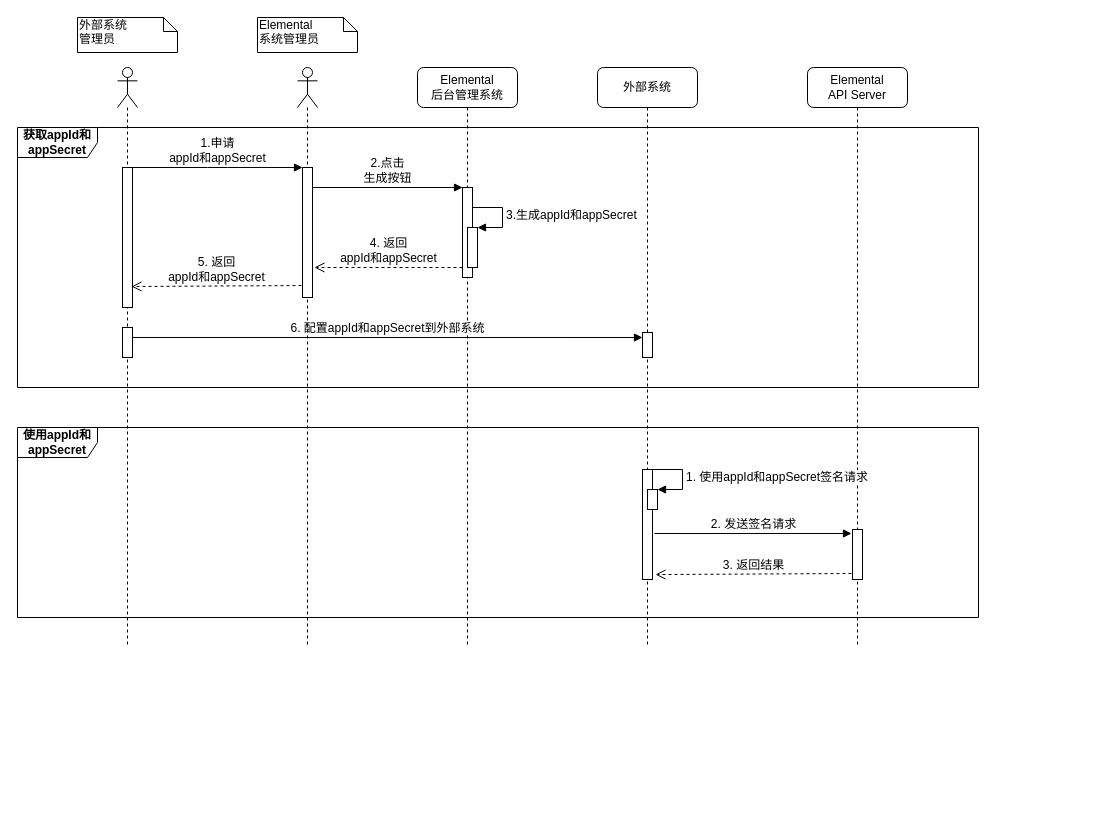
This is signed_request.drawio from deanzz/blog, a draw.io file, before an edit. Source tidied: cells renumbered, new cells numbered last; positions are measured from the earlier drawing's top-left corner, leaving out a move shared by most shapes. Both pictures are drawn from the tidied source at 100%, with x=0, y=0 at pixel (17, 17).
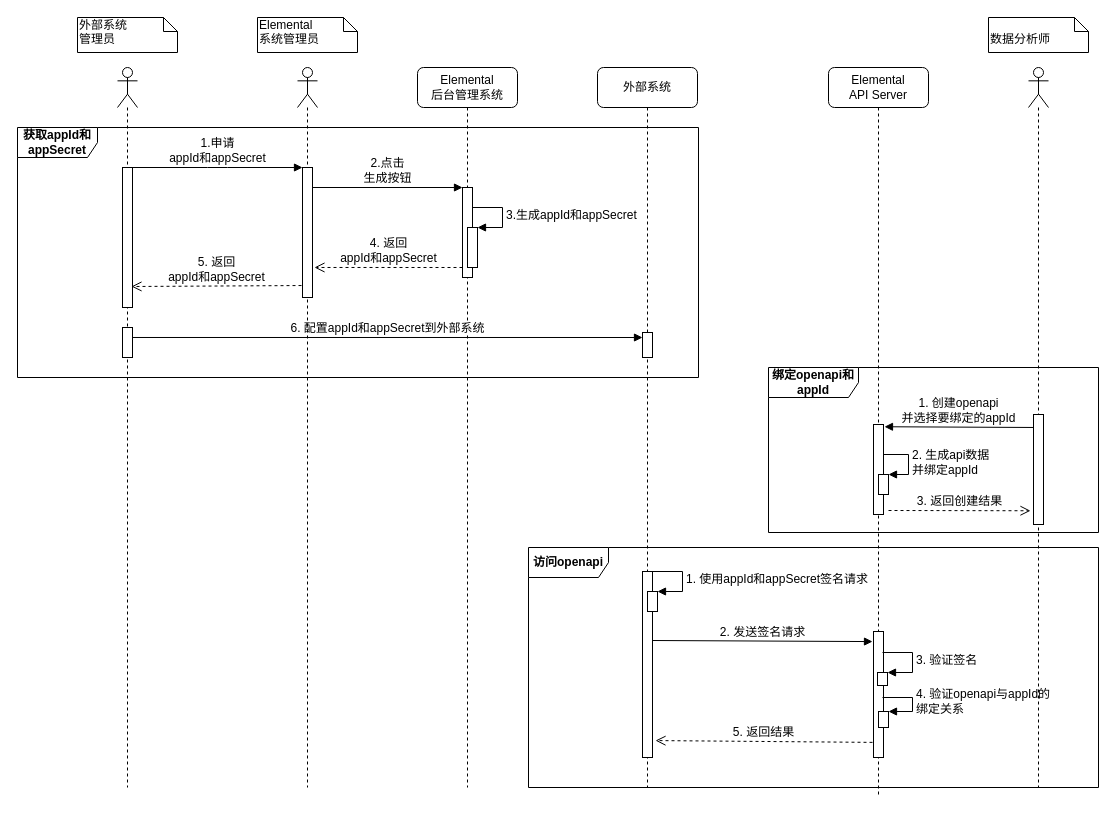
The same page after the edit.

Change to the diagram source:
```diff
@@
-    <mxCell id="2" value="&lt;b&gt;使用appId和appSecret&lt;/b&gt;" style="shape=umlFrame;whiteSpace=wrap;html=1;width=80;height=30;" parent="1" vertex="1">
-      <mxGeometry y="410" width="961" height="190" as="geometry" />
+    <mxCell id="2" value="&lt;b&gt;访问openapi&lt;/b&gt;" style="shape=umlFrame;whiteSpace=wrap;html=1;width=80;height=30;" parent="1" vertex="1">
+      <mxGeometry x="511" y="530" width="570" height="240" as="geometry" />
     </mxCell>
     <mxCell id="3" value="&lt;b&gt;获取appId和appSecret&lt;/b&gt;" style="shape=umlFrame;whiteSpace=wrap;html=1;width=80;height=30;" parent="1" vertex="1">
-      <mxGeometry y="110" width="961" height="260" as="geometry" />
+      <mxGeometry y="110" width="681" height="250" as="geometry" />
     </mxCell>
     <mxCell id="4" value="&lt;font face=&quot;Helvetica&quot;&gt;&lt;span&gt;Elemental&lt;/span&gt;&lt;br&gt;&lt;span&gt;后台管理系统&lt;/span&gt;&lt;/font&gt;" style="shape=umlLifeline;perimeter=lifelinePerimeter;whiteSpace=wrap;html=1;rounded=1;shadow=0;comic=0;labelBackgroundColor=none;strokeWidth=1;fontFamily=Verdana;fontSize=12;align=center;" parent="1" vertex="1">
-      <mxGeometry x="400" y="50" width="100" height="580" as="geometry" />
+      <mxGeometry x="400" y="50" width="100" height="720" as="geometry" />
     </mxCell>
@@
     <mxCell id="9" value="&lt;span&gt;&lt;font face=&quot;Helvetica&quot;&gt;外部系统&lt;/font&gt;&lt;/span&gt;" style="shape=umlLifeline;perimeter=lifelinePerimeter;whiteSpace=wrap;html=1;rounded=1;shadow=0;comic=0;labelBackgroundColor=none;strokeWidth=1;fontFamily=Verdana;fontSize=12;align=center;" parent="1" vertex="1">
-      <mxGeometry x="580" y="50" width="100" height="580" as="geometry" />
+      <mxGeometry x="580" y="50" width="100" height="720" as="geometry" />
     </mxCell>
@@
     <mxCell id="12" value="&lt;font face=&quot;Helvetica&quot;&gt;&lt;span&gt;Elemental&lt;/span&gt;&lt;br&gt;&lt;span&gt;API Server&lt;/span&gt;&lt;/font&gt;" style="shape=umlLifeline;perimeter=lifelinePerimeter;whiteSpace=wrap;html=1;rounded=1;shadow=0;comic=0;labelBackgroundColor=none;strokeWidth=1;fontFamily=Verdana;fontSize=12;align=center;" parent="1" vertex="1">
-      <mxGeometry x="790" y="50" width="100" height="580" as="geometry" />
+      <mxGeometry x="811" y="50" width="100" height="730" as="geometry" />
     </mxCell>
     <mxCell id="13" style="html=1;points=[];perimeter=orthogonalPerimeter;" parent="12" vertex="1">
-      <mxGeometry x="45" y="462" width="10" height="50" as="geometry" />
+      <mxGeometry x="45" y="564" width="10" height="126" as="geometry" />
     </mxCell>
+    <mxCell id="29" style="html=1;points=[];perimeter=orthogonalPerimeter;fontFamily=Helvetica;fontSize=12;" parent="12" vertex="1">
+      <mxGeometry x="45" y="357" width="10" height="90" as="geometry" />
+    </mxCell>
+    <mxCell id="30" style="html=1;points=[];perimeter=orthogonalPerimeter;fontFamily=Helvetica;fontSize=12;" parent="12" vertex="1">
+      <mxGeometry x="50" y="644" width="10" height="16" as="geometry" />
+    </mxCell>
+    <mxCell id="31" value="4. 验证openapi与appId的&lt;br&gt;绑定关系" style="edgeStyle=orthogonalEdgeStyle;html=1;align=left;spacingLeft=2;endArrow=block;rounded=0;entryX=1;entryY=0;fontFamily=Helvetica;fontSize=12;" parent="12" edge="1" target="30">
+      <mxGeometry relative="1" as="geometry">
+        <mxPoint x="54" y="630" as="sourcePoint" />
+        <Array as="points">
+          <mxPoint x="84" y="630" />
+        </Array>
+      </mxGeometry>
+    </mxCell>
+    <mxCell id="32" style="html=1;points=[];perimeter=orthogonalPerimeter;fontFamily=Helvetica;fontSize=12;" parent="12" vertex="1">
+      <mxGeometry x="50" y="407" width="10" height="20" as="geometry" />
+    </mxCell>
+    <mxCell id="33" value="2. 生成api数据&lt;br&gt;并绑定appId" style="edgeStyle=orthogonalEdgeStyle;html=1;align=left;spacingLeft=2;endArrow=block;rounded=0;entryX=1;entryY=0;fontFamily=Helvetica;fontSize=12;" parent="12" edge="1" target="32">
+      <mxGeometry relative="1" as="geometry">
+        <mxPoint x="55" y="387" as="sourcePoint" />
+        <Array as="points">
+          <mxPoint x="80" y="387" />
+        </Array>
+      </mxGeometry>
+    </mxCell>
     <mxCell id="14" style="html=1;points=[];perimeter=orthogonalPerimeter;rounded=0;shadow=0;comic=0;labelBackgroundColor=none;strokeWidth=1;fontFamily=Verdana;fontSize=12;align=center;" parent="1" vertex="1">
-      <mxGeometry x="625" y="452" width="10" height="110" as="geometry" />
+      <mxGeometry x="625" y="554" width="10" height="186" as="geometry" />
     </mxCell>
@@
     <mxCell id="19" style="shape=umlLifeline;participant=umlActor;perimeter=lifelinePerimeter;whiteSpace=wrap;html=1;verticalAlign=top;spacingTop=36;" parent="1" vertex="1">
-      <mxGeometry x="100" y="50" width="20" height="580" as="geometry" />
+      <mxGeometry x="100" y="50" width="20" height="720" as="geometry" />
     </mxCell>
@@
     <mxCell id="22" style="shape=umlLifeline;participant=umlActor;perimeter=lifelinePerimeter;whiteSpace=wrap;html=1;verticalAlign=top;spacingTop=36;" parent="1" vertex="1">
-      <mxGeometry x="280" y="50" width="20" height="580" as="geometry" />
+      <mxGeometry x="280" y="50" width="20" height="720" as="geometry" />
     </mxCell>
@@
     <mxCell id="25" style="html=1;points=[];perimeter=orthogonalPerimeter;" parent="1" vertex="1">
-      <mxGeometry x="630" y="472" width="10" height="20" as="geometry" />
+      <mxGeometry x="630" y="574" width="10" height="20" as="geometry" />
     </mxCell>
     <mxCell id="26" value="&lt;font style=&quot;font-size: 12px&quot;&gt;1. 使用appId和appSecret签名请求&lt;/font&gt;" style="edgeStyle=orthogonalEdgeStyle;html=1;align=left;spacingLeft=2;endArrow=block;rounded=0;entryX=1;entryY=0;" parent="1" edge="1" target="25">
       <mxGeometry relative="1" as="geometry">
-        <mxPoint x="635" y="452" as="sourcePoint" />
+        <mxPoint x="635" y="554" as="sourcePoint" />
         <Array as="points">
-          <mxPoint x="665" y="452" />
+          <mxPoint x="665" y="554" />
         </Array>
       </mxGeometry>
     </mxCell>
-    <mxCell id="27" value="&lt;font style=&quot;font-size: 12px&quot;&gt;2. 发送签名请求&lt;/font&gt;" style="html=1;verticalAlign=bottom;endArrow=block;rounded=0;exitX=1.2;exitY=0.582;exitDx=0;exitDy=0;exitPerimeter=0;entryX=-0.1;entryY=0.08;entryDx=0;entryDy=0;entryPerimeter=0;" parent="1" edge="1" source="14" target="13">
-      <mxGeometry relative="1" as="geometry" />
+    <mxCell id="27" value="&lt;font style=&quot;font-size: 12px&quot;&gt;2. 发送签名请求&lt;/font&gt;" style="html=1;verticalAlign=bottom;endArrow=block;rounded=0;entryX=-0.1;entryY=0.08;entryDx=0;entryDy=0;entryPerimeter=0;" parent="1" edge="1" target="13">
+      <mxGeometry relative="1" as="geometry">
+        <mxPoint x="635" y="623" as="sourcePoint" />
+      </mxGeometry>
     </mxCell>
-    <mxCell id="28" value="&lt;font style=&quot;font-size: 12px&quot;&gt;3. 返回结果&lt;/font&gt;" style="html=1;verticalAlign=bottom;endArrow=open;dashed=1;endSize=8;rounded=0;exitX=-0.1;exitY=0.88;exitDx=0;exitDy=0;exitPerimeter=0;entryX=1.3;entryY=0.955;entryDx=0;entryDy=0;entryPerimeter=0;" parent="1" edge="1" source="13" target="14">
+    <mxCell id="28" value="&lt;font style=&quot;font-size: 12px&quot;&gt;5. 返回结果&lt;/font&gt;" style="html=1;verticalAlign=bottom;endArrow=open;dashed=1;endSize=8;rounded=0;exitX=-0.1;exitY=0.88;exitDx=0;exitDy=0;exitPerimeter=0;entryX=1.3;entryY=0.909;entryDx=0;entryDy=0;entryPerimeter=0;" parent="1" edge="1" source="13" target="14">
       <mxGeometry relative="1" as="geometry" />
     </mxCell>
+    <mxCell id="34" style="shape=umlLifeline;participant=umlActor;perimeter=lifelinePerimeter;whiteSpace=wrap;html=1;verticalAlign=top;spacingTop=36;fontFamily=Helvetica;fontSize=12;" parent="1" vertex="1">
+      <mxGeometry x="1011" y="50" width="20" height="720" as="geometry" />
+    </mxCell>
+    <mxCell id="35" style="html=1;points=[];perimeter=orthogonalPerimeter;fontFamily=Helvetica;fontSize=12;" parent="34" vertex="1">
+      <mxGeometry x="5" y="347" width="10" height="110" as="geometry" />
+    </mxCell>
+    <mxCell id="36" value="&lt;div style=&quot;text-align: center&quot;&gt;&lt;span&gt;&lt;font face=&quot;Helvetica&quot;&gt;&lt;br&gt;&lt;/font&gt;&lt;/span&gt;&lt;/div&gt;&lt;div style=&quot;text-align: center&quot;&gt;&lt;span&gt;&lt;font face=&quot;Helvetica&quot;&gt;数据分析师&lt;/font&gt;&lt;/span&gt;&lt;/div&gt;" style="shape=note;whiteSpace=wrap;html=1;size=14;verticalAlign=top;align=left;spacingTop=-6;rounded=0;shadow=0;comic=0;labelBackgroundColor=none;strokeWidth=1;fontFamily=Verdana;fontSize=12;" parent="1" vertex="1">
+      <mxGeometry x="971" width="100" height="35" as="geometry" />
+    </mxCell>
+    <mxCell id="37" value="1. 创建openapi&lt;br&gt;并选择要绑定的appId" style="html=1;verticalAlign=bottom;endArrow=block;rounded=0;fontFamily=Helvetica;fontSize=12;entryX=1.1;entryY=0.025;entryDx=0;entryDy=0;entryPerimeter=0;exitX=0;exitY=0.118;exitDx=0;exitDy=0;exitPerimeter=0;" parent="1" edge="1" source="35" target="29">
+      <mxGeometry relative="1" as="geometry" />
+    </mxCell>
+    <mxCell id="38" value="3. 返回创建结果" style="html=1;verticalAlign=bottom;endArrow=open;dashed=1;endSize=8;rounded=0;fontFamily=Helvetica;fontSize=12;entryX=-0.3;entryY=0.875;entryDx=0;entryDy=0;entryPerimeter=0;" parent="1" edge="1" target="35">
+      <mxGeometry relative="1" as="geometry">
+        <mxPoint x="871" y="493" as="sourcePoint" />
+      </mxGeometry>
+    </mxCell>
+    <mxCell id="39" style="html=1;points=[];perimeter=orthogonalPerimeter;fontFamily=Helvetica;fontSize=12;" parent="1" vertex="1">
+      <mxGeometry x="860" y="655" width="10" height="13" as="geometry" />
+    </mxCell>
+    <mxCell id="40" value="3. 验证签名" style="edgeStyle=orthogonalEdgeStyle;html=1;align=left;spacingLeft=2;endArrow=block;rounded=0;entryX=1;entryY=0;fontFamily=Helvetica;fontSize=12;" parent="1" edge="1" target="39">
+      <mxGeometry relative="1" as="geometry">
+        <mxPoint x="865" y="635" as="sourcePoint" />
+        <Array as="points">
+          <mxPoint x="895" y="635" />
+        </Array>
+      </mxGeometry>
+    </mxCell>
+    <mxCell id="41" value="&lt;b&gt;绑定openapi和appId&lt;/b&gt;" style="shape=umlFrame;whiteSpace=wrap;html=1;fontFamily=Helvetica;fontSize=12;width=90;height=30;" parent="1" vertex="1">
+      <mxGeometry x="751" y="350" width="330" height="165" as="geometry" />
+    </mxCell>
```
